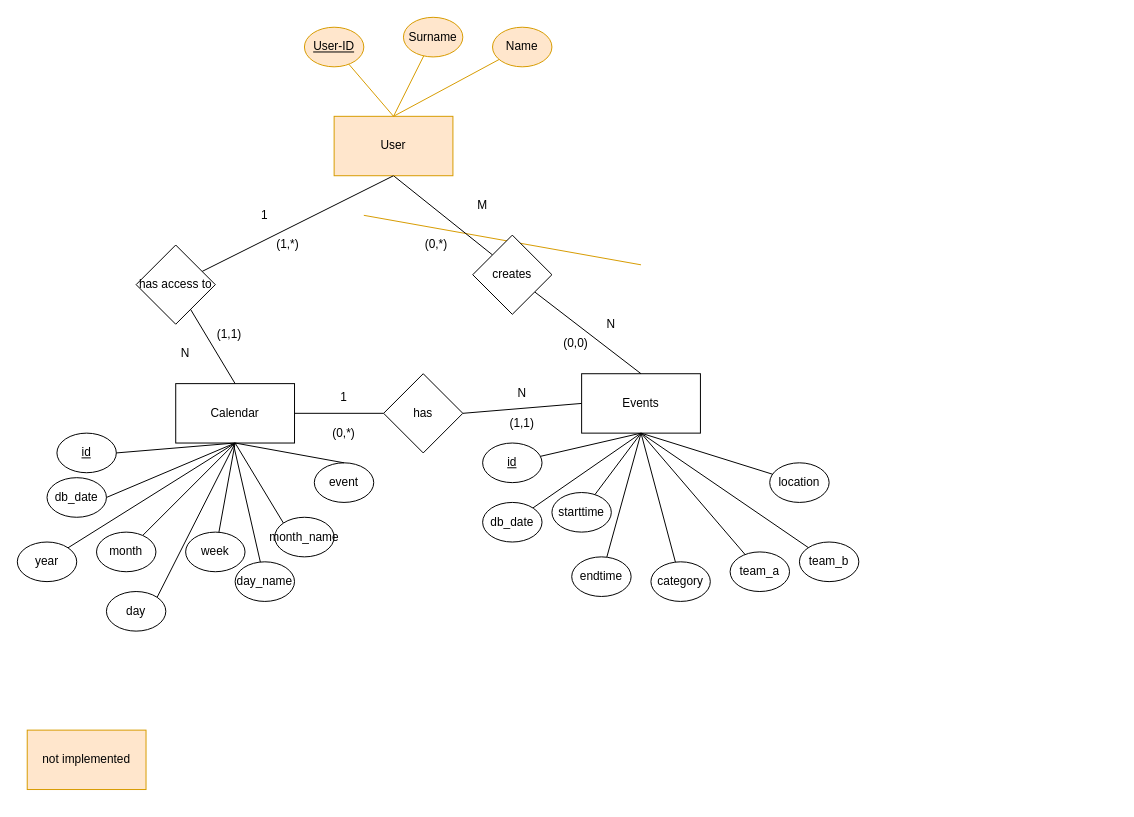
Earlier version of the draw.io diagram ERM-sheets/ERM-Calendar.drawio (JohannesJunker/CodeAcademy). Source tidied: cells renumbered, new cells numbered last; positions are measured from the earlier drawing's top-left corner, leaving out a move shared by most shapes. Both pictures are drawn from the tidied source at 99%, with x=0, y=0 at pixel (17, 17).
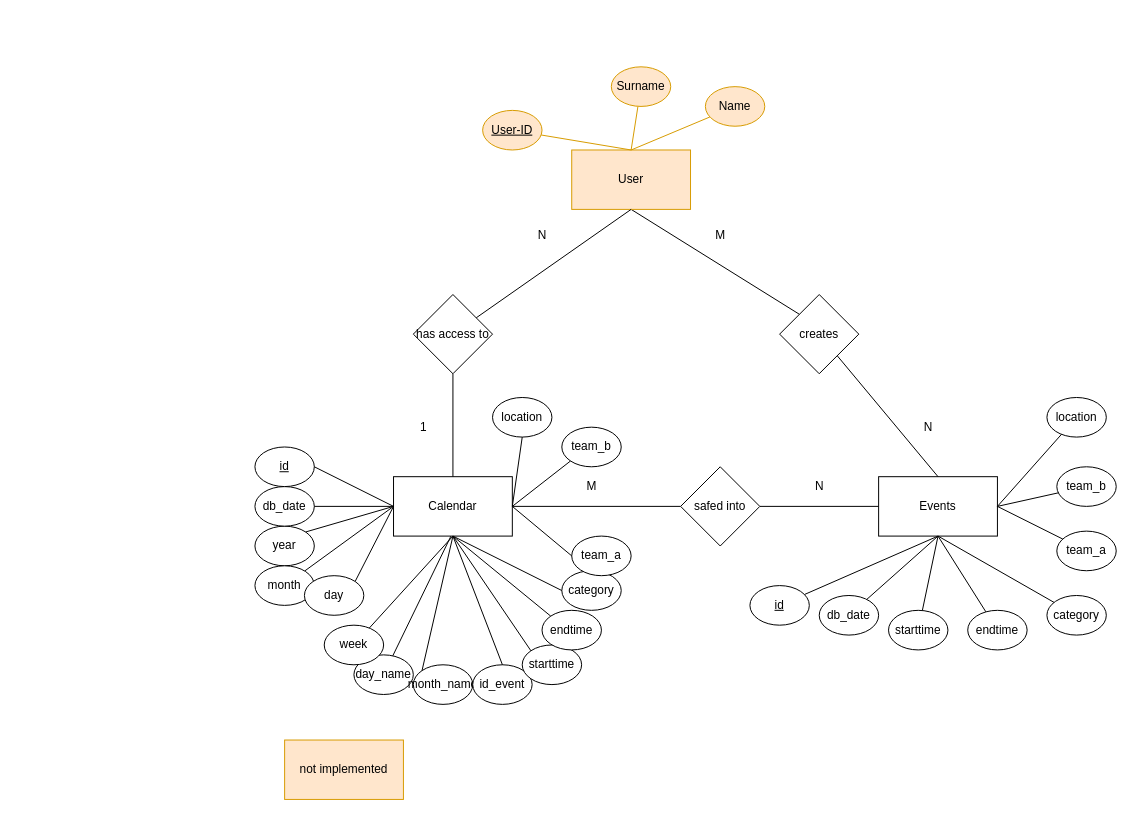
After the change.

Diff of the diagram source:
```diff
@@
     <mxCell id="2" value="Calendar" style="rounded=0;whiteSpace=wrap;html=1;" parent="1" vertex="1">
-      <mxGeometry x="160" y="370" width="120" height="60" as="geometry" />
+      <mxGeometry x="380" y="464" width="120" height="60" as="geometry" />
     </mxCell>
     <mxCell id="3" value="year" style="ellipse;whiteSpace=wrap;html=1;" parent="1" vertex="1">
-      <mxGeometry y="530" width="60" height="40" as="geometry" />
+      <mxGeometry x="240" y="514" width="60" height="40" as="geometry" />
     </mxCell>
-    <mxCell id="4" value="db_date" style="ellipse;whiteSpace=wrap;html=1;" parent="1" vertex="1">
-      <mxGeometry x="30" y="465" width="60" height="40" as="geometry" />
-    </mxCell>
+    <mxCell id="68" value="db_date" style="ellipse;whiteSpace=wrap;html=1;" parent="1" vertex="1">
+      <mxGeometry x="240" y="474" width="60" height="40" as="geometry" />
+    </mxCell>
     <mxCell id="5" value="day_name" style="ellipse;whiteSpace=wrap;html=1;" parent="1" vertex="1">
-      <mxGeometry x="220" y="550" width="60" height="40" as="geometry" />
+      <mxGeometry x="340" y="644" width="60" height="40" as="geometry" />
     </mxCell>
-    <mxCell id="6" value="&lt;u&gt;id&lt;/u&gt;" style="ellipse;whiteSpace=wrap;html=1;" parent="1" vertex="1">
-      <mxGeometry x="40" y="420" width="60" height="40" as="geometry" />
-    </mxCell>
+    <mxCell id="69" value="&lt;u&gt;id&lt;/u&gt;" style="ellipse;whiteSpace=wrap;html=1;" parent="1" vertex="1">
+      <mxGeometry x="240" y="434" width="60" height="40" as="geometry" />
+    </mxCell>
     <mxCell id="7" value="Events" style="rounded=0;whiteSpace=wrap;html=1;" parent="1" vertex="1">
-      <mxGeometry x="570" y="360" width="120" height="60" as="geometry" />
+      <mxGeometry x="870" y="464" width="120" height="60" as="geometry" />
     </mxCell>
-    <mxCell id="8" value="category" style="ellipse;whiteSpace=wrap;html=1;" parent="1" vertex="1">
-      <mxGeometry x="640" y="550" width="60" height="40" as="geometry" />
-    </mxCell>
-    <mxCell id="9" style="endArrow=none;html=1;exitX=0.5;exitY=0;exitDx=0;exitDy=0;entryX=0.5;entryY=1;entryDx=0;entryDy=0;fillColor=#ffe6cc;strokeColor=#d79b00;" parent="1" edge="1">
-      <mxGeometry relative="1" as="geometry">
-        <mxPoint x="630" y="250" as="sourcePoint" />
-        <mxPoint x="350" y="200" as="targetPoint" />
-      </mxGeometry>
-    </mxCell>
-    <mxCell id="10" style="endArrow=none;html=1;" parent="1" edge="1" source="8">
-      <mxGeometry relative="1" as="geometry">
-        <mxPoint x="630" y="420" as="targetPoint" />
-      </mxGeometry>
-    </mxCell>
+    <mxCell id="70" value="category" style="ellipse;whiteSpace=wrap;html=1;" parent="1" vertex="1">
+      <mxGeometry x="1040" y="584" width="60" height="40" as="geometry" />
+    </mxCell>
+    <mxCell id="71" style="endArrow=none;html=1;entryX=0.5;entryY=1;entryDx=0;entryDy=0;" parent="1" edge="1" source="70" target="7">
+      <mxGeometry relative="1" as="geometry" />
+    </mxCell>
-    <mxCell id="11" style="endArrow=none;html=1;entryX=0.5;entryY=1;entryDx=0;entryDy=0;exitX=1;exitY=0;exitDx=0;exitDy=0;" parent="1" edge="1" source="3" target="2">
+    <mxCell id="11" style="endArrow=none;html=1;entryX=0;entryY=0.5;entryDx=0;entryDy=0;exitX=1;exitY=0;exitDx=0;exitDy=0;" parent="1" edge="1" source="3" target="2">
       <mxGeometry relative="1" as="geometry" />
     </mxCell>
-    <mxCell id="12" style="endArrow=none;html=1;exitX=1;exitY=0.5;exitDx=0;exitDy=0;entryX=0.5;entryY=1;entryDx=0;entryDy=0;" parent="1" edge="1" source="4" target="2">
-      <mxGeometry relative="1" as="geometry" />
-    </mxCell>
-    <mxCell id="13" style="endArrow=none;html=1;" parent="1" edge="1" source="5">
-      <mxGeometry relative="1" as="geometry">
-        <mxPoint x="218" y="430" as="targetPoint" />
-      </mxGeometry>
-    </mxCell>
-    <mxCell id="14" style="endArrow=none;html=1;exitX=1;exitY=0.5;exitDx=0;exitDy=0;entryX=0.5;entryY=1;entryDx=0;entryDy=0;" parent="1" edge="1" source="6" target="2">
-      <mxGeometry relative="1" as="geometry" />
-    </mxCell>
-    <mxCell id="15" style="edgeStyle=none;rounded=0;jettySize=auto;html=1;entryX=0;entryY=0.5;entryDx=0;entryDy=0;endArrow=none;endFill=0;exitX=1;exitY=0.5;exitDx=0;exitDy=0;" parent="1" edge="1" source="17" target="7">
-      <mxGeometry relative="1" as="geometry" />
-    </mxCell>
-    <mxCell id="16" style="edgeStyle=none;rounded=0;jettySize=auto;html=1;entryX=1;entryY=0.5;entryDx=0;entryDy=0;endArrow=none;endFill=0;" parent="1" edge="1" source="17" target="2">
-      <mxGeometry relative="1" as="geometry" />
-    </mxCell>
-    <mxCell id="17" value="has" style="rhombus;whiteSpace=wrap;html=1;" parent="1" vertex="1">
-      <mxGeometry x="370" y="360" width="80" height="80" as="geometry" />
-    </mxCell>
+    <mxCell id="72" style="endArrow=none;html=1;exitX=1;exitY=0.5;exitDx=0;exitDy=0;entryX=0;entryY=0.5;entryDx=0;entryDy=0;" parent="1" edge="1" source="68" target="2">
+      <mxGeometry relative="1" as="geometry" />
+    </mxCell>
+    <mxCell id="73" style="endArrow=none;html=1;" parent="1" edge="1" source="5">
+      <mxGeometry relative="1" as="geometry">
+        <mxPoint x="438" y="524" as="targetPoint" />
+      </mxGeometry>
+    </mxCell>
+    <mxCell id="74" style="endArrow=none;html=1;exitX=1;exitY=0.5;exitDx=0;exitDy=0;" parent="1" edge="1" source="69">
+      <mxGeometry relative="1" as="geometry">
+        <mxPoint x="380" y="494" as="targetPoint" />
+      </mxGeometry>
+    </mxCell>
+    <mxCell id="75" style="edgeStyle=none;rounded=0;jettySize=auto;html=1;entryX=0;entryY=0.5;entryDx=0;entryDy=0;endArrow=none;endFill=0;exitX=1;exitY=0.5;exitDx=0;exitDy=0;" parent="1" edge="1" source="77" target="7">
+      <mxGeometry relative="1" as="geometry" />
+    </mxCell>
+    <mxCell id="76" style="edgeStyle=none;rounded=0;jettySize=auto;html=1;entryX=1;entryY=0.5;entryDx=0;entryDy=0;endArrow=none;endFill=0;" parent="1" edge="1" source="77" target="2">
+      <mxGeometry relative="1" as="geometry" />
+    </mxCell>
+    <mxCell id="77" value="safed into" style="rhombus;whiteSpace=wrap;html=1;" parent="1" vertex="1">
+      <mxGeometry x="670" y="454" width="80" height="80" as="geometry" />
+    </mxCell>
@@
     <mxCell id="19" value="User" style="rounded=0;whiteSpace=wrap;html=1;fillColor=#ffe6cc;strokeColor=#d79b00;" parent="1" vertex="1">
-      <mxGeometry x="320" y="100" width="120" height="60" as="geometry" />
+      <mxGeometry x="560" y="134" width="120" height="60" as="geometry" />
     </mxCell>
@@
     <mxCell id="21" value="Name" style="ellipse;whiteSpace=wrap;html=1;fillColor=#ffe6cc;strokeColor=#d79b00;" parent="1" vertex="1">
-      <mxGeometry x="480" y="10" width="60" height="40" as="geometry" />
+      <mxGeometry x="695" y="70" width="60" height="40" as="geometry" />
     </mxCell>
@@
     <mxCell id="23" value="Surname" style="ellipse;whiteSpace=wrap;html=1;fillColor=#ffe6cc;strokeColor=#d79b00;" parent="1" vertex="1">
-      <mxGeometry x="390" width="60" height="40" as="geometry" />
+      <mxGeometry x="600" y="50" width="60" height="40" as="geometry" />
     </mxCell>
@@
     <mxCell id="25" value="&lt;u&gt;User-ID&lt;/u&gt;" style="ellipse;whiteSpace=wrap;html=1;fillColor=#ffe6cc;strokeColor=#d79b00;" parent="1" vertex="1">
-      <mxGeometry x="290" y="10" width="60" height="40" as="geometry" />
+      <mxGeometry x="470" y="94" width="60" height="40" as="geometry" />
     </mxCell>
@@
     <mxCell id="28" value="has access to" style="rhombus;whiteSpace=wrap;html=1;" parent="1" vertex="1">
-      <mxGeometry x="120" y="230" width="80" height="80" as="geometry" />
+      <mxGeometry x="400" y="280" width="80" height="80" as="geometry" />
     </mxCell>
@@
     <mxCell id="30" value="creates" style="rhombus;whiteSpace=wrap;html=1;" parent="1" vertex="1">
-      <mxGeometry x="460" y="220" width="80" height="80" as="geometry" />
+      <mxGeometry x="770" y="280" width="80" height="80" as="geometry" />
     </mxCell>
-    <mxCell id="31" style="edgeStyle=none;rounded=0;jettySize=auto;html=1;entryX=0.5;entryY=1;entryDx=0;entryDy=0;endArrow=none;endFill=0;" parent="1" edge="1" source="32" target="7">
-      <mxGeometry relative="1" as="geometry" />
-    </mxCell>
-    <mxCell id="32" value="&lt;u&gt;id&lt;/u&gt;" style="ellipse;whiteSpace=wrap;html=1;" parent="1" vertex="1">
-      <mxGeometry x="470" y="430" width="60" height="40" as="geometry" />
-    </mxCell>
-    <mxCell id="33" style="edgeStyle=none;rounded=0;jettySize=auto;html=1;endArrow=none;endFill=0;entryX=0.5;entryY=1;entryDx=0;entryDy=0;" parent="1" edge="1" source="34" target="7">
-      <mxGeometry relative="1" as="geometry" />
-    </mxCell>
-    <mxCell id="34" value="starttime" style="ellipse;whiteSpace=wrap;html=1;" parent="1" vertex="1">
-      <mxGeometry x="540" y="480" width="60" height="40" as="geometry" />
-    </mxCell>
-    <mxCell id="35" style="edgeStyle=none;rounded=0;jettySize=auto;html=1;entryX=0.5;entryY=1;entryDx=0;entryDy=0;endArrow=none;endFill=0;" parent="1" edge="1" source="36" target="7">
-      <mxGeometry relative="1" as="geometry" />
-    </mxCell>
-    <mxCell id="36" value="db_date" style="ellipse;whiteSpace=wrap;html=1;" parent="1" vertex="1">
-      <mxGeometry x="470" y="490" width="60" height="40" as="geometry" />
-    </mxCell>
+    <mxCell id="78" style="edgeStyle=none;rounded=0;jettySize=auto;html=1;entryX=0.5;entryY=1;entryDx=0;entryDy=0;endArrow=none;endFill=0;" parent="1" edge="1" source="79" target="7">
+      <mxGeometry relative="1" as="geometry" />
+    </mxCell>
+    <mxCell id="79" value="&lt;u&gt;id&lt;/u&gt;" style="ellipse;whiteSpace=wrap;html=1;" parent="1" vertex="1">
+      <mxGeometry x="740" y="574" width="60" height="40" as="geometry" />
+    </mxCell>
+    <mxCell id="80" style="edgeStyle=none;rounded=0;jettySize=auto;html=1;endArrow=none;endFill=0;entryX=0.5;entryY=1;entryDx=0;entryDy=0;" parent="1" edge="1" source="81" target="7">
+      <mxGeometry relative="1" as="geometry" />
+    </mxCell>
+    <mxCell id="81" value="starttime" style="ellipse;whiteSpace=wrap;html=1;" parent="1" vertex="1">
+      <mxGeometry x="880" y="599" width="60" height="40" as="geometry" />
+    </mxCell>
+    <mxCell id="82" style="edgeStyle=none;rounded=0;jettySize=auto;html=1;entryX=0.5;entryY=1;entryDx=0;entryDy=0;endArrow=none;endFill=0;" parent="1" edge="1" source="83" target="7">
+      <mxGeometry relative="1" as="geometry" />
+    </mxCell>
+    <mxCell id="83" value="db_date" style="ellipse;whiteSpace=wrap;html=1;" parent="1" vertex="1">
+      <mxGeometry x="810" y="584" width="60" height="40" as="geometry" />
+    </mxCell>
-    <mxCell id="37" style="edgeStyle=none;rounded=0;jettySize=auto;html=1;entryX=0.5;entryY=1;entryDx=0;entryDy=0;endArrow=none;endFill=0;" parent="1" edge="1" source="38" target="2">
+    <mxCell id="37" style="edgeStyle=none;rounded=0;jettySize=auto;html=1;entryX=0;entryY=0.5;entryDx=0;entryDy=0;endArrow=none;endFill=0;" parent="1" edge="1" source="38" target="2">
       <mxGeometry relative="1" as="geometry" />
     </mxCell>
     <mxCell id="38" value="month" style="ellipse;whiteSpace=wrap;html=1;" parent="1" vertex="1">
-      <mxGeometry x="80" y="520" width="60" height="40" as="geometry" />
+      <mxGeometry x="240" y="554" width="60" height="40" as="geometry" />
     </mxCell>
-    <mxCell id="39" style="edgeStyle=none;rounded=0;jettySize=auto;html=1;exitX=1;exitY=0;exitDx=0;exitDy=0;entryX=0.5;entryY=1;entryDx=0;entryDy=0;endArrow=none;endFill=0;" parent="1" edge="1" source="40" target="2">
+    <mxCell id="39" style="edgeStyle=none;rounded=0;jettySize=auto;html=1;exitX=1;exitY=0;exitDx=0;exitDy=0;entryX=0;entryY=0.5;entryDx=0;entryDy=0;endArrow=none;endFill=0;" parent="1" edge="1" source="40" target="2">
       <mxGeometry relative="1" as="geometry" />
     </mxCell>
     <mxCell id="40" value="day" style="ellipse;whiteSpace=wrap;html=1;" parent="1" vertex="1">
-      <mxGeometry x="90" y="580" width="60" height="40" as="geometry" />
+      <mxGeometry x="290" y="564" width="60" height="40" as="geometry" />
     </mxCell>
@@
     <mxCell id="42" value="week" style="ellipse;whiteSpace=wrap;html=1;" parent="1" vertex="1">
-      <mxGeometry x="170" y="520" width="60" height="40" as="geometry" />
+      <mxGeometry x="310" y="614" width="60" height="40" as="geometry" />
     </mxCell>
-    <mxCell id="43" style="edgeStyle=none;rounded=0;jettySize=auto;html=1;entryX=0.5;entryY=1;entryDx=0;entryDy=0;endArrow=none;endFill=0;" parent="1" edge="1" source="44" target="7">
-      <mxGeometry relative="1" as="geometry" />
-    </mxCell>
-    <mxCell id="44" value="endtime" style="ellipse;whiteSpace=wrap;html=1;" parent="1" vertex="1">
-      <mxGeometry x="560" y="545" width="60" height="40" as="geometry" />
-    </mxCell>
+    <mxCell id="84" style="edgeStyle=none;rounded=0;jettySize=auto;html=1;entryX=0.5;entryY=1;entryDx=0;entryDy=0;endArrow=none;endFill=0;" parent="1" edge="1" source="85" target="7">
+      <mxGeometry relative="1" as="geometry" />
+    </mxCell>
+    <mxCell id="85" value="endtime" style="ellipse;whiteSpace=wrap;html=1;" parent="1" vertex="1">
+      <mxGeometry x="960" y="599" width="60" height="40" as="geometry" />
+    </mxCell>
     <mxCell id="45" value="month_name" style="ellipse;whiteSpace=wrap;html=1;" parent="1" vertex="1">
-      <mxGeometry x="260" y="505" width="60" height="40" as="geometry" />
+      <mxGeometry x="400" y="654" width="60" height="40" as="geometry" />
     </mxCell>
@@
-    <mxCell id="47" value="event" style="ellipse;whiteSpace=wrap;html=1;" parent="1" vertex="1">
-      <mxGeometry x="300" y="450" width="60" height="40" as="geometry" />
-    </mxCell>
-    <mxCell id="48" style="endArrow=none;html=1;entryX=0.5;entryY=1;entryDx=0;entryDy=0;exitX=0.5;exitY=0;exitDx=0;exitDy=0;" parent="1" edge="1" source="47" target="2">
-      <mxGeometry relative="1" as="geometry" />
-    </mxCell>
-    <mxCell id="49" value="team_a" style="ellipse;whiteSpace=wrap;html=1;" parent="1" vertex="1">
-      <mxGeometry x="720" y="540" width="60" height="40" as="geometry" />
-    </mxCell>
-    <mxCell id="50" style="endArrow=none;html=1;entryX=0.5;entryY=1;entryDx=0;entryDy=0;" parent="1" edge="1" source="49" target="7">
-      <mxGeometry relative="1" as="geometry" />
-    </mxCell>
-    <mxCell id="51" value="team_b" style="ellipse;whiteSpace=wrap;html=1;" parent="1" vertex="1">
-      <mxGeometry x="790" y="530" width="60" height="40" as="geometry" />
-    </mxCell>
-    <mxCell id="52" style="endArrow=none;html=1;entryX=0.5;entryY=1;entryDx=0;entryDy=0;" parent="1" edge="1" source="51" target="7">
-      <mxGeometry relative="1" as="geometry" />
-    </mxCell>
-    <mxCell id="53" value="location" style="ellipse;whiteSpace=wrap;html=1;" parent="1" vertex="1">
-      <mxGeometry x="760" y="450" width="60" height="40" as="geometry" />
-    </mxCell>
-    <mxCell id="54" style="endArrow=none;html=1;entryX=0.5;entryY=1;entryDx=0;entryDy=0;" parent="1" edge="1" source="53" target="7">
-      <mxGeometry relative="1" as="geometry" />
-    </mxCell>
-    <mxCell id="55" value="M" style="text;html=1;strokeColor=none;fillColor=none;align=center;verticalAlign=middle;whiteSpace=wrap;rounded=0;" parent="1" vertex="1">
-      <mxGeometry x="450" y="180" width="40" height="20" as="geometry" />
-    </mxCell>
-    <mxCell id="56" value="N" style="text;html=1;strokeColor=none;fillColor=none;align=center;verticalAlign=middle;whiteSpace=wrap;rounded=0;" parent="1" vertex="1">
-      <mxGeometry x="580" y="300" width="40" height="20" as="geometry" />
-    </mxCell>
-    <mxCell id="57" value="N" style="text;html=1;strokeColor=none;fillColor=none;align=center;verticalAlign=middle;whiteSpace=wrap;rounded=0;" parent="1" vertex="1">
-      <mxGeometry x="150" y="330" width="40" height="20" as="geometry" />
-    </mxCell>
-    <mxCell id="58" value="1" style="text;html=1;strokeColor=none;fillColor=none;align=center;verticalAlign=middle;whiteSpace=wrap;rounded=0;" parent="1" vertex="1">
-      <mxGeometry x="230" y="190" width="40" height="20" as="geometry" />
-    </mxCell>
-    <mxCell id="59" value="1" style="text;html=1;strokeColor=none;fillColor=none;align=center;verticalAlign=middle;whiteSpace=wrap;rounded=0;" parent="1" vertex="1">
-      <mxGeometry x="310" y="374" width="40" height="20" as="geometry" />
-    </mxCell>
-    <mxCell id="60" value="N" style="text;html=1;strokeColor=none;fillColor=none;align=center;verticalAlign=middle;whiteSpace=wrap;rounded=0;" parent="1" vertex="1">
-      <mxGeometry x="490" y="370" width="40" height="20" as="geometry" />
-    </mxCell>
-    <mxCell id="61" value="(0,*)" style="text;html=1;strokeColor=none;fillColor=none;align=center;verticalAlign=middle;whiteSpace=wrap;rounded=0;" parent="1" vertex="1">
-      <mxGeometry x="310" y="410" width="40" height="20" as="geometry" />
-    </mxCell>
-    <mxCell id="62" value="(1,1)" style="text;html=1;strokeColor=none;fillColor=none;align=center;verticalAlign=middle;whiteSpace=wrap;rounded=0;" parent="1" vertex="1">
-      <mxGeometry x="490" y="400" width="40" height="20" as="geometry" />
-    </mxCell>
-    <mxCell id="63" value="(1,1)" style="text;html=1;align=left;verticalAlign=top;spacingTop=-4;" parent="1" vertex="1">
-      <mxGeometry x="200" y="310" width="40" height="20" as="geometry" />
-    </mxCell>
-    <mxCell id="64" value="(1,*)" style="text;html=1;align=left;verticalAlign=top;spacingTop=-4;" parent="1" vertex="1">
-      <mxGeometry x="260" y="220" width="40" height="20" as="geometry" />
-    </mxCell>
-    <mxCell id="65" value="(0,*)" style="text;html=1;align=left;verticalAlign=top;spacingTop=-4;" parent="1" vertex="1">
-      <mxGeometry x="410" y="220" width="40" height="20" as="geometry" />
-    </mxCell>
-    <mxCell id="66" value="(0,0)" style="text;html=1;align=left;verticalAlign=top;spacingTop=-4;" parent="1" vertex="1">
-      <mxGeometry x="550" y="320" width="40" height="20" as="geometry" />
-    </mxCell>
+    <mxCell id="86" value="id_event" style="ellipse;whiteSpace=wrap;html=1;" parent="1" vertex="1">
+      <mxGeometry x="460" y="654" width="60" height="40" as="geometry" />
+    </mxCell>
+    <mxCell id="87" style="endArrow=none;html=1;entryX=0.5;entryY=1;entryDx=0;entryDy=0;exitX=0.5;exitY=0;exitDx=0;exitDy=0;" parent="1" edge="1" source="86" target="2">
+      <mxGeometry relative="1" as="geometry" />
+    </mxCell>
+    <mxCell id="88" value="team_a" style="ellipse;whiteSpace=wrap;html=1;" parent="1" vertex="1">
+      <mxGeometry x="1050" y="519" width="60" height="40" as="geometry" />
+    </mxCell>
+    <mxCell id="89" style="endArrow=none;html=1;entryX=1;entryY=0.5;entryDx=0;entryDy=0;" parent="1" edge="1" source="88" target="7">
+      <mxGeometry relative="1" as="geometry" />
+    </mxCell>
+    <mxCell id="90" value="team_b" style="ellipse;whiteSpace=wrap;html=1;" parent="1" vertex="1">
+      <mxGeometry x="1050" y="454" width="60" height="40" as="geometry" />
+    </mxCell>
+    <mxCell id="91" style="endArrow=none;html=1;entryX=1;entryY=0.5;entryDx=0;entryDy=0;" parent="1" edge="1" source="90" target="7">
+      <mxGeometry relative="1" as="geometry" />
+    </mxCell>
+    <mxCell id="92" value="location" style="ellipse;whiteSpace=wrap;html=1;" parent="1" vertex="1">
+      <mxGeometry x="1040" y="384" width="60" height="40" as="geometry" />
+    </mxCell>
+    <mxCell id="93" style="endArrow=none;html=1;entryX=1;entryY=0.5;entryDx=0;entryDy=0;" parent="1" edge="1" source="92" target="7">
+      <mxGeometry relative="1" as="geometry" />
+    </mxCell>
     <mxCell id="67" value="not implemented" style="rounded=0;whiteSpace=wrap;html=1;fillColor=#ffe6cc;strokeColor=#d79b00;" parent="1" vertex="1">
-      <mxGeometry x="10" y="720" width="120" height="60" as="geometry" />
+      <mxGeometry x="270" y="730" width="120" height="60" as="geometry" />
     </mxCell>
+    <mxCell id="94" value="category" style="ellipse;whiteSpace=wrap;html=1;" parent="1" vertex="1">
+      <mxGeometry x="550" y="559" width="60" height="40" as="geometry" />
+    </mxCell>
+    <mxCell id="95" value="starttime" style="ellipse;whiteSpace=wrap;html=1;" parent="1" vertex="1">
+      <mxGeometry x="510" y="634" width="60" height="40" as="geometry" />
+    </mxCell>
+    <mxCell id="96" value="endtime" style="ellipse;whiteSpace=wrap;html=1;" parent="1" vertex="1">
+      <mxGeometry x="530" y="599" width="60" height="40" as="geometry" />
+    </mxCell>
+    <mxCell id="97" value="team_a" style="ellipse;whiteSpace=wrap;html=1;" parent="1" vertex="1">
+      <mxGeometry x="560" y="524" width="60" height="40" as="geometry" />
+    </mxCell>
+    <mxCell id="98" value="team_b" style="ellipse;whiteSpace=wrap;html=1;" parent="1" vertex="1">
+      <mxGeometry x="550" y="414" width="60" height="40" as="geometry" />
+    </mxCell>
+    <mxCell id="99" value="location" style="ellipse;whiteSpace=wrap;html=1;" parent="1" vertex="1">
+      <mxGeometry x="480" y="384" width="60" height="40" as="geometry" />
+    </mxCell>
+    <mxCell id="100" style="endArrow=none;html=1;entryX=0.5;entryY=1;entryDx=0;entryDy=0;exitX=0;exitY=0;exitDx=0;exitDy=0;" parent="1" edge="1" source="95" target="2">
+      <mxGeometry relative="1" as="geometry" />
+    </mxCell>
+    <mxCell id="101" style="endArrow=none;html=1;entryX=0.5;entryY=1;entryDx=0;entryDy=0;exitX=0;exitY=0;exitDx=0;exitDy=0;" parent="1" edge="1" source="96" target="2">
+      <mxGeometry relative="1" as="geometry" />
+    </mxCell>
+    <mxCell id="102" style="endArrow=none;html=1;entryX=0.5;entryY=1;entryDx=0;entryDy=0;exitX=0;exitY=0.5;exitDx=0;exitDy=0;" parent="1" edge="1" source="94" target="2">
+      <mxGeometry relative="1" as="geometry" />
+    </mxCell>
+    <mxCell id="103" style="endArrow=none;html=1;entryX=1;entryY=0.5;entryDx=0;entryDy=0;exitX=0;exitY=1;exitDx=0;exitDy=0;" parent="1" edge="1" source="98" target="2">
+      <mxGeometry relative="1" as="geometry" />
+    </mxCell>
+    <mxCell id="104" style="endArrow=none;html=1;entryX=1;entryY=0.5;entryDx=0;entryDy=0;exitX=0;exitY=0.5;exitDx=0;exitDy=0;" parent="1" edge="1" source="97" target="2">
+      <mxGeometry relative="1" as="geometry" />
+    </mxCell>
+    <mxCell id="105" style="endArrow=none;html=1;entryX=1;entryY=0.5;entryDx=0;entryDy=0;exitX=0.5;exitY=1;exitDx=0;exitDy=0;" parent="1" edge="1" source="99" target="2">
+      <mxGeometry relative="1" as="geometry" />
+    </mxCell>
+    <mxCell id="106" value="N" style="text;html=1;align=center;verticalAlign=middle;" parent="1" vertex="1">
+      <mxGeometry x="800" y="464" width="20" height="20" as="geometry" />
+    </mxCell>
+    <mxCell id="107" value="N" style="text;html=1;align=center;verticalAlign=middle;" parent="1" vertex="1">
+      <mxGeometry x="910" y="404" width="20" height="20" as="geometry" />
+    </mxCell>
+    <mxCell id="108" value="M" style="text;html=1;align=center;verticalAlign=middle;" parent="1" vertex="1">
+      <mxGeometry x="565" y="464" width="30" height="20" as="geometry" />
+    </mxCell>
+    <mxCell id="109" value="M" style="text;html=1;align=center;verticalAlign=middle;" parent="1" vertex="1">
+      <mxGeometry x="695" y="210" width="30" height="20" as="geometry" />
+    </mxCell>
+    <mxCell id="110" value="1" style="text;html=1;align=center;verticalAlign=middle;" parent="1" vertex="1">
+      <mxGeometry x="400" y="404" width="20" height="20" as="geometry" />
+    </mxCell>
+    <mxCell id="111" value="N" style="text;html=1;align=center;verticalAlign=middle;" parent="1" vertex="1">
+      <mxGeometry x="520" y="210" width="20" height="20" as="geometry" />
+    </mxCell>
```
